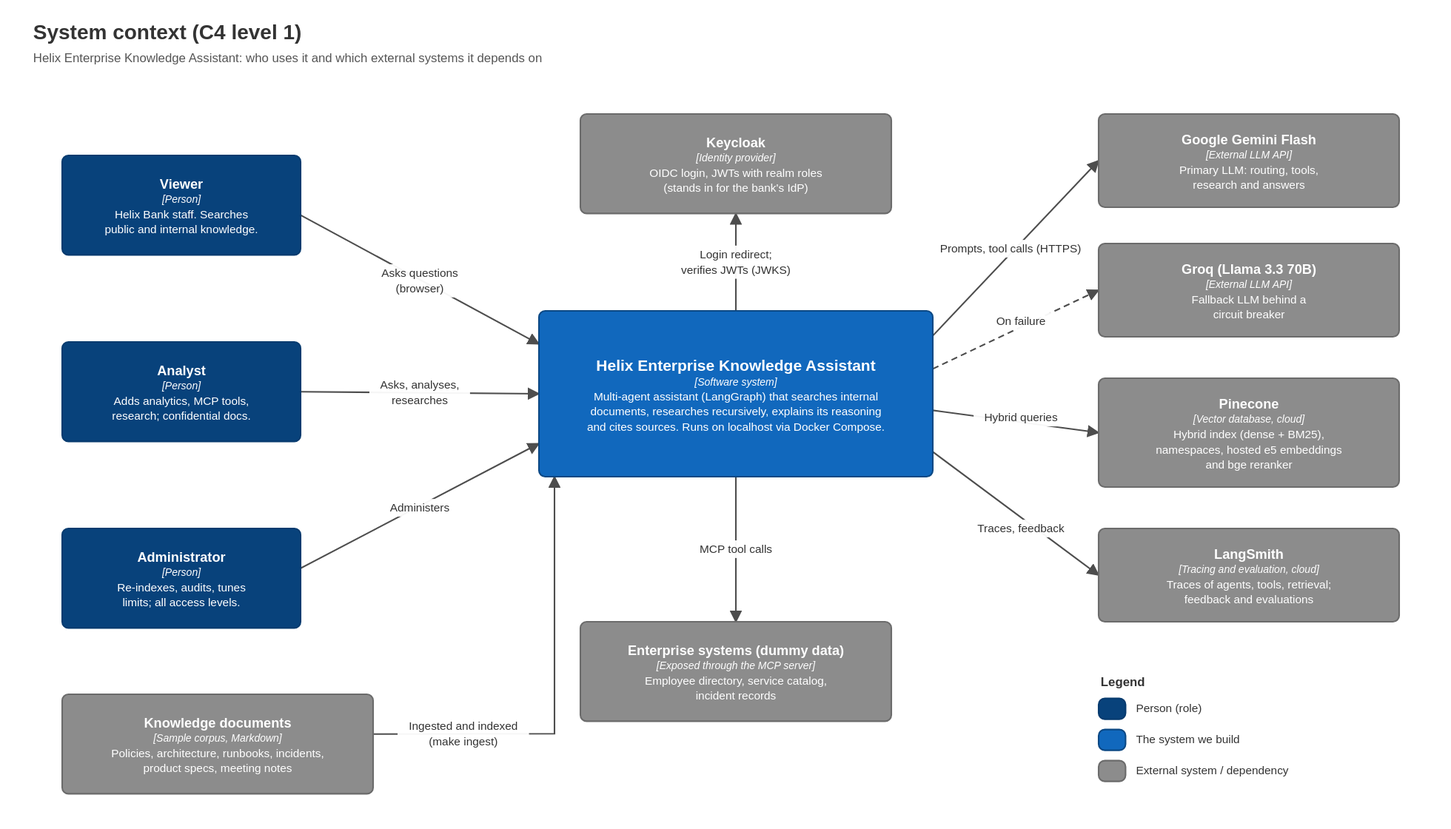
madukawala/enterprise-knowledge-agent keeps this draw.io diagram as docs/architecture/01-system-context.drawio.svg. Above is the earlier version. Source tidied: cells renumbered, new cells last; positions are measured from the earlier drawing's top-left corner, leaving out a move shared by most shapes. The source it was exported from:
```xml
<mxGraphModel background="#FFFFFF">
  <root>
    <mxCell id="0" />
    <mxCell id="1" parent="0" />
    <mxCell id="2" value="&lt;b&gt;System context (C4 level 1)&lt;/b&gt;" style="text;html=1;whiteSpace=wrap;fontFamily=Helvetica;fontSize=20;fontColor=#333333;align=left;verticalAlign=top;strokeColor=none;fillColor=none;" parent="1" vertex="1">
      <mxGeometry width="1340" height="30" as="geometry" />
    </mxCell>
    <mxCell id="3" value="Helix Enterprise Knowledge Assistant: who uses it and which external systems it depends on" style="text;html=1;whiteSpace=wrap;fontFamily=Helvetica;fontSize=12;fontColor=#555555;align=left;verticalAlign=top;strokeColor=none;fillColor=none;" parent="1" vertex="1">
      <mxGeometry y="30" width="1340" height="20" as="geometry" />
    </mxCell>
    <mxCell id="4" value="&lt;b&gt;Viewer&lt;/b&gt;&lt;br&gt;&lt;i&gt;&lt;span style=&quot;font-size:10px&quot;&gt;[Person]&lt;/span&gt;&lt;/i&gt;&lt;br&gt;&lt;span style=&quot;font-size:11px&quot;&gt;Helix Bank staff. Searches&lt;br&gt;public and internal knowledge.&lt;/span&gt;" style="html=1;whiteSpace=wrap;fontFamily=Helvetica;fontSize=13;fontColor=#FFFFFF;rounded=1;absoluteArcSize=1;arcSize=12;fillColor=#08427B;strokeColor=#073B6F;strokeWidth=1.5;align=center;" parent="1" vertex="1">
      <mxGeometry x="30" y="132" width="230" height="96" as="geometry" />
    </mxCell>
    <mxCell id="5" value="&lt;b&gt;Analyst&lt;/b&gt;&lt;br&gt;&lt;i&gt;&lt;span style=&quot;font-size:10px&quot;&gt;[Person]&lt;/span&gt;&lt;/i&gt;&lt;br&gt;&lt;span style=&quot;font-size:11px&quot;&gt;Adds analytics, MCP tools,&lt;br&gt;research; confidential docs.&lt;/span&gt;" style="html=1;whiteSpace=wrap;fontFamily=Helvetica;fontSize=13;fontColor=#FFFFFF;rounded=1;absoluteArcSize=1;arcSize=12;fillColor=#08427B;strokeColor=#073B6F;strokeWidth=1.5;align=center;" parent="1" vertex="1">
      <mxGeometry x="30" y="312" width="230" height="96" as="geometry" />
    </mxCell>
    <mxCell id="6" value="&lt;b&gt;Administrator&lt;/b&gt;&lt;br&gt;&lt;i&gt;&lt;span style=&quot;font-size:10px&quot;&gt;[Person]&lt;/span&gt;&lt;/i&gt;&lt;br&gt;&lt;span style=&quot;font-size:11px&quot;&gt;Re-indexes, audits, tunes&lt;br&gt;limits; all access levels.&lt;/span&gt;" style="html=1;whiteSpace=wrap;fontFamily=Helvetica;fontSize=13;fontColor=#FFFFFF;rounded=1;absoluteArcSize=1;arcSize=12;fillColor=#08427B;strokeColor=#073B6F;strokeWidth=1.5;align=center;" parent="1" vertex="1">
      <mxGeometry x="30" y="492" width="230" height="96" as="geometry" />
    </mxCell>
    <mxCell id="7" value="&lt;b&gt;Helix Enterprise Knowledge Assistant&lt;/b&gt;&lt;br&gt;&lt;i&gt;&lt;span style=&quot;font-size:10px&quot;&gt;[Software system]&lt;/span&gt;&lt;/i&gt;&lt;br&gt;&lt;span style=&quot;font-size:11px&quot;&gt;Multi-agent assistant (LangGraph) that searches internal&lt;br&gt;documents, researches recursively, explains its reasoning&lt;br&gt;and cites sources. Runs on localhost via Docker Compose.&lt;/span&gt;" style="html=1;whiteSpace=wrap;fontFamily=Helvetica;fontSize=15;fontColor=#FFFFFF;rounded=1;absoluteArcSize=1;arcSize=12;fillColor=#1168BD;strokeColor=#0B4884;strokeWidth=1.5;align=center;" parent="1" vertex="1">
      <mxGeometry x="490" y="282" width="380" height="160" as="geometry" />
    </mxCell>
    <mxCell id="8" value="&lt;b&gt;Keycloak&lt;/b&gt;&lt;br&gt;&lt;i&gt;&lt;span style=&quot;font-size:10px&quot;&gt;[Identity provider]&lt;/span&gt;&lt;/i&gt;&lt;br&gt;&lt;span style=&quot;font-size:11px&quot;&gt;OIDC login, JWTs with realm roles&lt;br&gt;(stands in for the bank's IdP)&lt;/span&gt;" style="html=1;whiteSpace=wrap;fontFamily=Helvetica;fontSize=13;fontColor=#FFFFFF;rounded=1;absoluteArcSize=1;arcSize=12;fillColor=#8C8C8C;strokeColor=#6B6B6B;strokeWidth=1.5;align=center;" parent="1" vertex="1">
      <mxGeometry x="530" y="92" width="300" height="96" as="geometry" />
    </mxCell>
    <mxCell id="9" value="&lt;b&gt;Google Gemini Flash&lt;/b&gt;&lt;br&gt;&lt;i&gt;&lt;span style=&quot;font-size:10px&quot;&gt;[External LLM API]&lt;/span&gt;&lt;/i&gt;&lt;br&gt;&lt;span style=&quot;font-size:11px&quot;&gt;Primary LLM: routing, tools,&lt;br&gt;research and answers&lt;/span&gt;" style="html=1;whiteSpace=wrap;fontFamily=Helvetica;fontSize=13;fontColor=#FFFFFF;rounded=1;absoluteArcSize=1;arcSize=12;fillColor=#8C8C8C;strokeColor=#6B6B6B;strokeWidth=1.5;align=center;" parent="1" vertex="1">
      <mxGeometry x="1030" y="92" width="290" height="90" as="geometry" />
    </mxCell>
    <mxCell id="10" value="&lt;b&gt;Groq (Llama 3.3 70B)&lt;/b&gt;&lt;br&gt;&lt;i&gt;&lt;span style=&quot;font-size:10px&quot;&gt;[External LLM API]&lt;/span&gt;&lt;/i&gt;&lt;br&gt;&lt;span style=&quot;font-size:11px&quot;&gt;Fallback LLM behind a&lt;br&gt;circuit breaker&lt;/span&gt;" style="html=1;whiteSpace=wrap;fontFamily=Helvetica;fontSize=13;fontColor=#FFFFFF;rounded=1;absoluteArcSize=1;arcSize=12;fillColor=#8C8C8C;strokeColor=#6B6B6B;strokeWidth=1.5;align=center;" parent="1" vertex="1">
      <mxGeometry x="1030" y="217" width="290" height="90" as="geometry" />
    </mxCell>
    <mxCell id="11" value="&lt;b&gt;Pinecone&lt;/b&gt;&lt;br&gt;&lt;i&gt;&lt;span style=&quot;font-size:10px&quot;&gt;[Vector database, cloud]&lt;/span&gt;&lt;/i&gt;&lt;br&gt;&lt;span style=&quot;font-size:11px&quot;&gt;Hybrid index (dense + BM25),&lt;br&gt;namespaces, hosted e5 embeddings&lt;br&gt;and bge reranker&lt;/span&gt;" style="html=1;whiteSpace=wrap;fontFamily=Helvetica;fontSize=13;fontColor=#FFFFFF;rounded=1;absoluteArcSize=1;arcSize=12;fillColor=#8C8C8C;strokeColor=#6B6B6B;strokeWidth=1.5;align=center;" parent="1" vertex="1">
      <mxGeometry x="1030" y="347" width="290" height="105" as="geometry" />
    </mxCell>
    <mxCell id="12" value="&lt;b&gt;LangSmith&lt;/b&gt;&lt;br&gt;&lt;i&gt;&lt;span style=&quot;font-size:10px&quot;&gt;[Tracing and evaluation, cloud]&lt;/span&gt;&lt;/i&gt;&lt;br&gt;&lt;span style=&quot;font-size:11px&quot;&gt;Traces of agents, tools, retrieval;&lt;br&gt;feedback and evaluations&lt;/span&gt;" style="html=1;whiteSpace=wrap;fontFamily=Helvetica;fontSize=13;fontColor=#FFFFFF;rounded=1;absoluteArcSize=1;arcSize=12;fillColor=#8C8C8C;strokeColor=#6B6B6B;strokeWidth=1.5;align=center;" parent="1" vertex="1">
      <mxGeometry x="1030" y="492" width="290" height="90" as="geometry" />
    </mxCell>
    <mxCell id="13" value="&lt;b&gt;Enterprise systems (dummy data)&lt;/b&gt;&lt;br&gt;&lt;i&gt;&lt;span style=&quot;font-size:10px&quot;&gt;[Exposed through the MCP server]&lt;/span&gt;&lt;/i&gt;&lt;br&gt;&lt;span style=&quot;font-size:11px&quot;&gt;Employee directory, service catalog,&lt;br&gt;incident records&lt;/span&gt;" style="html=1;whiteSpace=wrap;fontFamily=Helvetica;fontSize=13;fontColor=#FFFFFF;rounded=1;absoluteArcSize=1;arcSize=12;fillColor=#8C8C8C;strokeColor=#6B6B6B;strokeWidth=1.5;align=center;" parent="1" vertex="1">
      <mxGeometry x="530" y="582" width="300" height="96" as="geometry" />
    </mxCell>
    <mxCell id="14" value="&lt;b&gt;Knowledge documents&lt;/b&gt;&lt;br&gt;&lt;i&gt;&lt;span style=&quot;font-size:10px&quot;&gt;[Sample corpus, Markdown]&lt;/span&gt;&lt;/i&gt;&lt;br&gt;&lt;span style=&quot;font-size:11px&quot;&gt;Policies, architecture, runbooks, incidents,&lt;br&gt;product specs, meeting notes&lt;/span&gt;" style="html=1;whiteSpace=wrap;fontFamily=Helvetica;fontSize=13;fontColor=#FFFFFF;rounded=1;absoluteArcSize=1;arcSize=12;fillColor=#8C8C8C;strokeColor=#6B6B6B;strokeWidth=1.5;align=center;" parent="1" vertex="1">
      <mxGeometry x="30" y="652" width="300" height="96" as="geometry" />
    </mxCell>
    <mxCell id="15" value="&lt;b&gt;Legend&lt;/b&gt;" style="text;html=1;whiteSpace=wrap;fontFamily=Helvetica;fontSize=12;fontColor=#333333;align=left;verticalAlign=top;strokeColor=none;fillColor=none;" parent="1" vertex="1">
      <mxGeometry x="1030" y="632" width="190" height="18" as="geometry" />
    </mxCell>
    <mxCell id="16" style="html=1;whiteSpace=wrap;fontFamily=Helvetica;fontSize=13;fontColor=#FFFFFF;rounded=1;absoluteArcSize=1;arcSize=12;fillColor=#08427B;strokeColor=#073B6F;strokeWidth=1.5;align=center;" parent="1" vertex="1">
      <mxGeometry x="1030" y="656" width="26" height="20" as="geometry" />
    </mxCell>
    <mxCell id="17" value="Person (role)" style="text;html=1;whiteSpace=wrap;fontFamily=Helvetica;fontSize=11;fontColor=#333333;align=left;verticalAlign=top;strokeColor=none;fillColor=none;" parent="1" vertex="1">
      <mxGeometry x="1064" y="658" width="156" height="18" as="geometry" />
    </mxCell>
    <mxCell id="18" style="html=1;whiteSpace=wrap;fontFamily=Helvetica;fontSize=13;fontColor=#FFFFFF;rounded=1;absoluteArcSize=1;arcSize=12;fillColor=#1168BD;strokeColor=#0B4884;strokeWidth=1.5;align=center;" parent="1" vertex="1">
      <mxGeometry x="1030" y="686" width="26" height="20" as="geometry" />
    </mxCell>
    <mxCell id="19" value="The system we build" style="text;html=1;whiteSpace=wrap;fontFamily=Helvetica;fontSize=11;fontColor=#333333;align=left;verticalAlign=top;strokeColor=none;fillColor=none;" parent="1" vertex="1">
      <mxGeometry x="1064" y="688" width="156" height="18" as="geometry" />
    </mxCell>
    <mxCell id="20" style="html=1;whiteSpace=wrap;fontFamily=Helvetica;fontSize=13;fontColor=#FFFFFF;rounded=1;absoluteArcSize=1;arcSize=12;fillColor=#8C8C8C;strokeColor=#6B6B6B;strokeWidth=1.5;align=center;" parent="1" vertex="1">
      <mxGeometry x="1030" y="716" width="26" height="20" as="geometry" />
    </mxCell>
    <mxCell id="21" value="External system / dependency" style="text;html=1;whiteSpace=wrap;fontFamily=Helvetica;fontSize=11;fontColor=#333333;align=left;verticalAlign=top;strokeColor=none;fillColor=none;" parent="1" vertex="1">
      <mxGeometry x="1064" y="718" width="156" height="18" as="geometry" />
    </mxCell>
    <mxCell id="22" value="Asks questions&#10;(browser)" style="edgeStyle=none;rounded=0;html=1;fontFamily=Helvetica;fontSize=11;fontColor=#333333;labelBackgroundColor=#FFFFFF;strokeColor=#4D4D4D;strokeWidth=1.5;endArrow=block;endFill=1;endSize=7;exitX=1;exitY=0.6;exitDx=0;exitDy=0;entryX=0;entryY=0.2;entryDx=0;entryDy=0;" parent="1" edge="1" source="4" target="7">
      <mxGeometry relative="1" as="geometry">
        <mxPoint x="-0.5" y="0.9" as="offset" />
      </mxGeometry>
    </mxCell>
    <mxCell id="23" value="Asks, analyses,&#10;researches" style="edgeStyle=none;rounded=0;html=1;fontFamily=Helvetica;fontSize=11;fontColor=#333333;labelBackgroundColor=#FFFFFF;strokeColor=#4D4D4D;strokeWidth=1.5;endArrow=block;endFill=1;endSize=7;exitX=1;exitY=0.5;exitDx=0;exitDy=0;entryX=0;entryY=0.5;entryDx=0;entryDy=0;" parent="1" edge="1" source="5" target="7">
      <mxGeometry relative="1" as="geometry" />
    </mxCell>
    <mxCell id="24" value="Administers" style="edgeStyle=none;rounded=0;html=1;fontFamily=Helvetica;fontSize=11;fontColor=#333333;labelBackgroundColor=#FFFFFF;strokeColor=#4D4D4D;strokeWidth=1.5;endArrow=block;endFill=1;endSize=7;exitX=1;exitY=0.4;exitDx=0;exitDy=0;entryX=0;entryY=0.8;entryDx=0;entryDy=0;" parent="1" edge="1" source="6" target="7">
      <mxGeometry x="-0.01" relative="1" as="geometry">
        <mxPoint x="0.7" y="1.4" as="offset" />
      </mxGeometry>
    </mxCell>
    <mxCell id="25" value="Login redirect;&#10;verifies JWTs (JWKS)" style="edgeStyle=none;rounded=0;html=1;fontFamily=Helvetica;fontSize=11;fontColor=#333333;labelBackgroundColor=#FFFFFF;strokeColor=#4D4D4D;strokeWidth=1.5;endArrow=block;endFill=1;endSize=7;exitX=0.5;exitY=0;exitDx=0;exitDy=0;entryX=0.5;entryY=1;entryDx=0;entryDy=0;" parent="1" edge="1" source="7" target="8">
      <mxGeometry relative="1" as="geometry" />
    </mxCell>
    <mxCell id="26" value="Prompts, tool calls (HTTPS)" style="edgeStyle=none;rounded=0;html=1;fontFamily=Helvetica;fontSize=11;fontColor=#333333;labelBackgroundColor=#FFFFFF;strokeColor=#4D4D4D;strokeWidth=1.5;endArrow=block;endFill=1;endSize=7;exitX=1;exitY=0.15;exitDx=0;exitDy=0;entryX=0;entryY=0.5;entryDx=0;entryDy=0;" parent="1" edge="1" source="7" target="9">
      <mxGeometry x="-0.03" relative="1" as="geometry">
        <mxPoint x="-2.4" y="-2.3" as="offset" />
      </mxGeometry>
    </mxCell>
    <mxCell id="27" value="On failure" style="edgeStyle=none;rounded=0;html=1;fontFamily=Helvetica;fontSize=11;fontColor=#333333;labelBackgroundColor=#FFFFFF;strokeColor=#4D4D4D;strokeWidth=1.5;endArrow=block;endFill=1;endSize=7;exitX=1;exitY=0.35;exitDx=0;exitDy=0;entryX=0;entryY=0.5;entryDx=0;entryDy=0;dashed=1;dashPattern=6 4;" parent="1" edge="1" source="7" target="10">
      <mxGeometry x="0.09" relative="1" as="geometry">
        <mxPoint x="-2.2" y="-4.6" as="offset" />
      </mxGeometry>
    </mxCell>
    <mxCell id="28" value="Hybrid queries" style="edgeStyle=none;rounded=0;html=1;fontFamily=Helvetica;fontSize=11;fontColor=#333333;labelBackgroundColor=#FFFFFF;strokeColor=#4D4D4D;strokeWidth=1.5;endArrow=block;endFill=1;endSize=7;exitX=1;exitY=0.6;exitDx=0;exitDy=0;entryX=0;entryY=0.5;entryDx=0;entryDy=0;" parent="1" edge="1" source="7" target="11">
      <mxGeometry x="0.06" relative="1" as="geometry">
        <mxPoint x="0.6" y="-4.3" as="offset" />
      </mxGeometry>
    </mxCell>
    <mxCell id="29" value="Traces, feedback" style="edgeStyle=none;rounded=0;html=1;fontFamily=Helvetica;fontSize=11;fontColor=#333333;labelBackgroundColor=#FFFFFF;strokeColor=#4D4D4D;strokeWidth=1.5;endArrow=block;endFill=1;endSize=7;exitX=1;exitY=0.85;exitDx=0;exitDy=0;entryX=0;entryY=0.5;entryDx=0;entryDy=0;" parent="1" edge="1" source="7" target="12">
      <mxGeometry x="0.13" relative="1" as="geometry">
        <mxPoint x="-5.2" y="6.9" as="offset" />
      </mxGeometry>
    </mxCell>
    <mxCell id="30" value="MCP tool calls" style="edgeStyle=none;rounded=0;html=1;fontFamily=Helvetica;fontSize=11;fontColor=#333333;labelBackgroundColor=#FFFFFF;strokeColor=#4D4D4D;strokeWidth=1.5;endArrow=block;endFill=1;endSize=7;exitX=0.5;exitY=1;exitDx=0;exitDy=0;entryX=0.5;entryY=0;entryDx=0;entryDy=0;" parent="1" edge="1" source="7" target="13">
      <mxGeometry relative="1" as="geometry" />
    </mxCell>
    <mxCell id="31" value="Ingested and indexed&#10;(make ingest)" style="edgeStyle=none;rounded=0;html=1;fontFamily=Helvetica;fontSize=11;fontColor=#333333;labelBackgroundColor=#FFFFFF;strokeColor=#4D4D4D;strokeWidth=1.5;endArrow=block;endFill=1;endSize=7;exitX=1;exitY=0.4;exitDx=0;exitDy=0;entryX=0.0395;entryY=1;entryDx=0;entryDy=0;" parent="1" edge="1" source="14" target="7">
      <mxGeometry x="-0.59" relative="1" as="geometry">
        <Array as="points">
          <mxPoint x="505" y="690" />
        </Array>
        <mxPoint y="-0.2" as="offset" />
      </mxGeometry>
    </mxCell>
  </root>
</mxGraphModel>
```
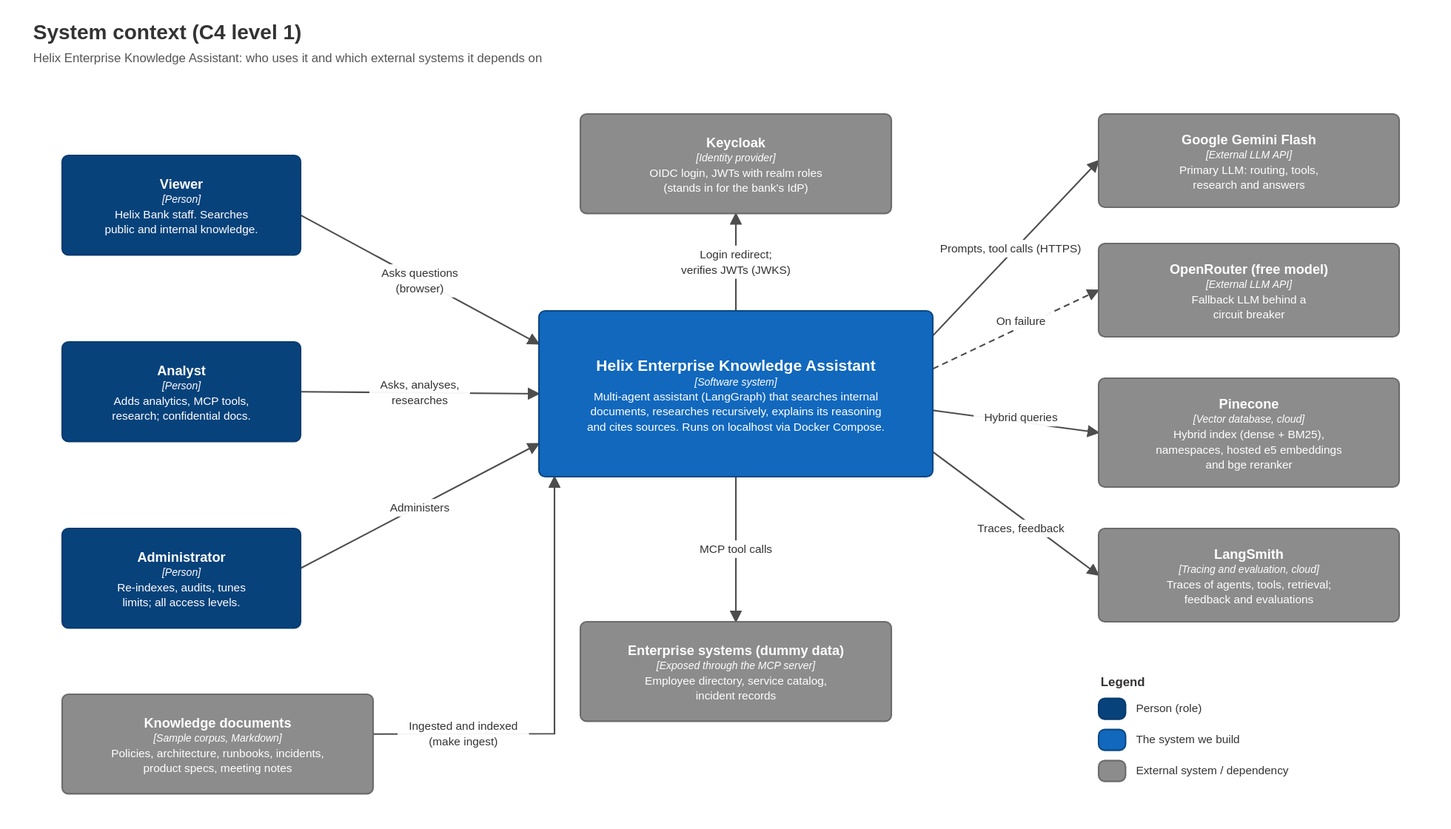
After the change.

Diff of the diagram source:
```diff
@@ -26,9 +26,9 @@
     <mxCell id="9" value="&lt;b&gt;Google Gemini Flash&lt;/b&gt;&lt;br&gt;&lt;i&gt;&lt;span style=&quot;font-size:10px&quot;&gt;[External LLM API]&lt;/span&gt;&lt;/i&gt;&lt;br&gt;&lt;span style=&quot;font-size:11px&quot;&gt;Primary LLM: routing, tools,&lt;br&gt;research and answers&lt;/span&gt;" style="html=1;whiteSpace=wrap;fontFamily=Helvetica;fontSize=13;fontColor=#FFFFFF;rounded=1;absoluteArcSize=1;arcSize=12;fillColor=#8C8C8C;strokeColor=#6B6B6B;strokeWidth=1.5;align=center;" parent="1" vertex="1">
       <mxGeometry x="1030" y="92" width="290" height="90" as="geometry" />
     </mxCell>
-    <mxCell id="10" value="&lt;b&gt;Groq (Llama 3.3 70B)&lt;/b&gt;&lt;br&gt;&lt;i&gt;&lt;span style=&quot;font-size:10px&quot;&gt;[External LLM API]&lt;/span&gt;&lt;/i&gt;&lt;br&gt;&lt;span style=&quot;font-size:11px&quot;&gt;Fallback LLM behind a&lt;br&gt;circuit breaker&lt;/span&gt;" style="html=1;whiteSpace=wrap;fontFamily=Helvetica;fontSize=13;fontColor=#FFFFFF;rounded=1;absoluteArcSize=1;arcSize=12;fillColor=#8C8C8C;strokeColor=#6B6B6B;strokeWidth=1.5;align=center;" parent="1" vertex="1">
-      <mxGeometry x="1030" y="217" width="290" height="90" as="geometry" />
-    </mxCell>
+    <mxCell id="32" value="&lt;b&gt;OpenRouter (free model)&lt;/b&gt;&lt;br&gt;&lt;i&gt;&lt;span style=&quot;font-size:10px&quot;&gt;[External LLM API]&lt;/span&gt;&lt;/i&gt;&lt;br&gt;&lt;span style=&quot;font-size:11px&quot;&gt;Fallback LLM behind a&lt;br&gt;circuit breaker&lt;/span&gt;" style="html=1;whiteSpace=wrap;fontFamily=Helvetica;fontSize=13;fontColor=#FFFFFF;rounded=1;absoluteArcSize=1;arcSize=12;fillColor=#8C8C8C;strokeColor=#6B6B6B;strokeWidth=1.5;align=center;" parent="1" vertex="1">
+      <mxGeometry x="1030" y="217" width="290" height="90" as="geometry" />
+    </mxCell>
     <mxCell id="11" value="&lt;b&gt;Pinecone&lt;/b&gt;&lt;br&gt;&lt;i&gt;&lt;span style=&quot;font-size:10px&quot;&gt;[Vector database, cloud]&lt;/span&gt;&lt;/i&gt;&lt;br&gt;&lt;span style=&quot;font-size:11px&quot;&gt;Hybrid index (dense + BM25),&lt;br&gt;namespaces, hosted e5 embeddings&lt;br&gt;and bge reranker&lt;/span&gt;" style="html=1;whiteSpace=wrap;fontFamily=Helvetica;fontSize=13;fontColor=#FFFFFF;rounded=1;absoluteArcSize=1;arcSize=12;fillColor=#8C8C8C;strokeColor=#6B6B6B;strokeWidth=1.5;align=center;" parent="1" vertex="1">
       <mxGeometry x="1030" y="347" width="290" height="105" as="geometry" />
     </mxCell>
@@ -83,7 +83,7 @@
         <mxPoint x="-2.4" y="-2.3" as="offset" />
       </mxGeometry>
     </mxCell>
-    <mxCell id="27" value="On failure" style="edgeStyle=none;rounded=0;html=1;fontFamily=Helvetica;fontSize=11;fontColor=#333333;labelBackgroundColor=#FFFFFF;strokeColor=#4D4D4D;strokeWidth=1.5;endArrow=block;endFill=1;endSize=7;exitX=1;exitY=0.35;exitDx=0;exitDy=0;entryX=0;entryY=0.5;entryDx=0;entryDy=0;dashed=1;dashPattern=6 4;" parent="1" edge="1" source="7" target="10">
+    <mxCell id="27" value="On failure" style="edgeStyle=none;rounded=0;html=1;fontFamily=Helvetica;fontSize=11;fontColor=#333333;labelBackgroundColor=#FFFFFF;strokeColor=#4D4D4D;strokeWidth=1.5;endArrow=block;endFill=1;endSize=7;exitX=1;exitY=0.35;exitDx=0;exitDy=0;entryX=0;entryY=0.5;entryDx=0;entryDy=0;dashed=1;dashPattern=6 4;" parent="1" edge="1" source="7" target="32">
       <mxGeometry x="0.09" relative="1" as="geometry">
         <mxPoint x="-2.2" y="-4.6" as="offset" />
       </mxGeometry>
```
